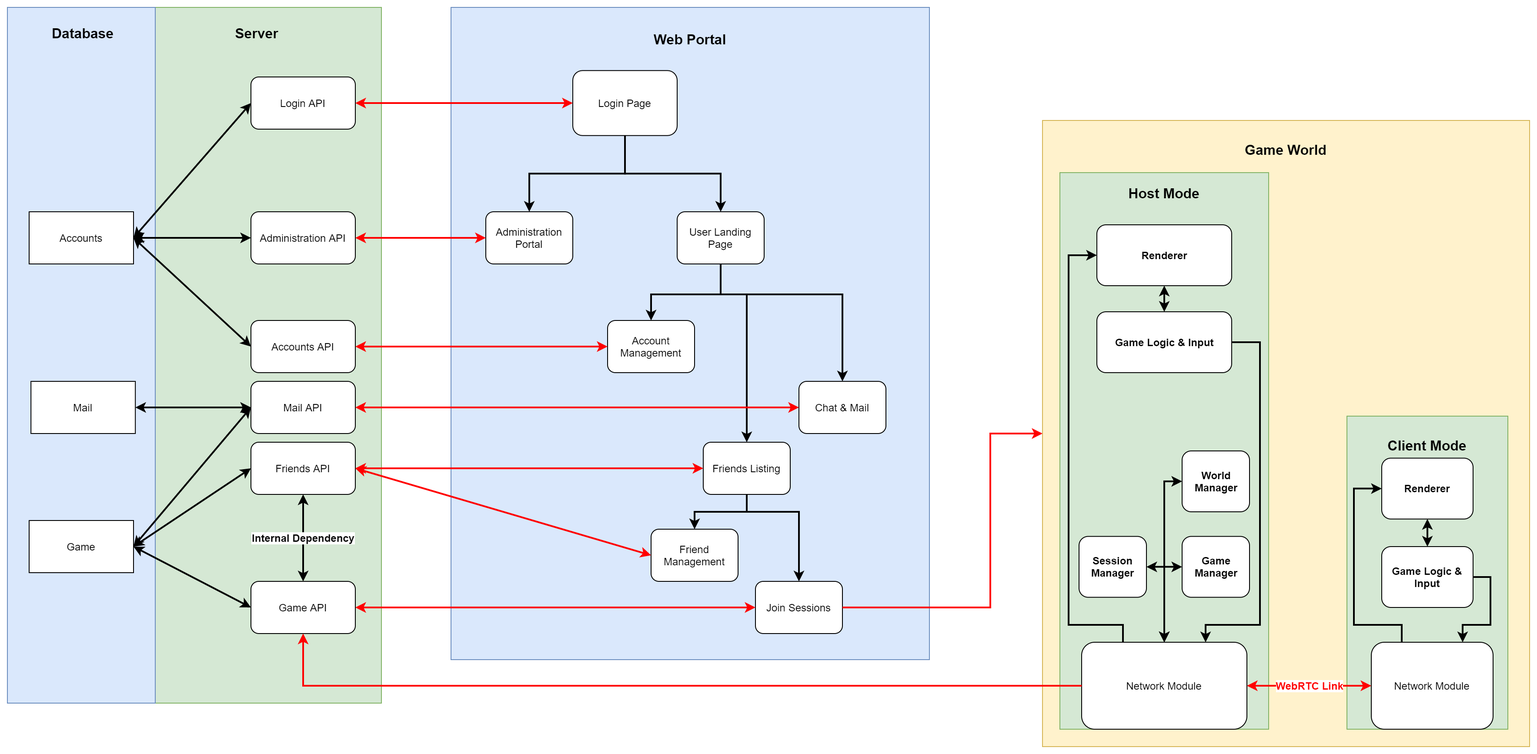
sharpstorm/pekoland keeps this draw.io diagram as wiki-assets/system-map.png. Above is the earlier version. Source tidied: cells renumbered, new cells last; positions are measured from the earlier drawing's top-left corner, leaving out a move shared by most shapes.
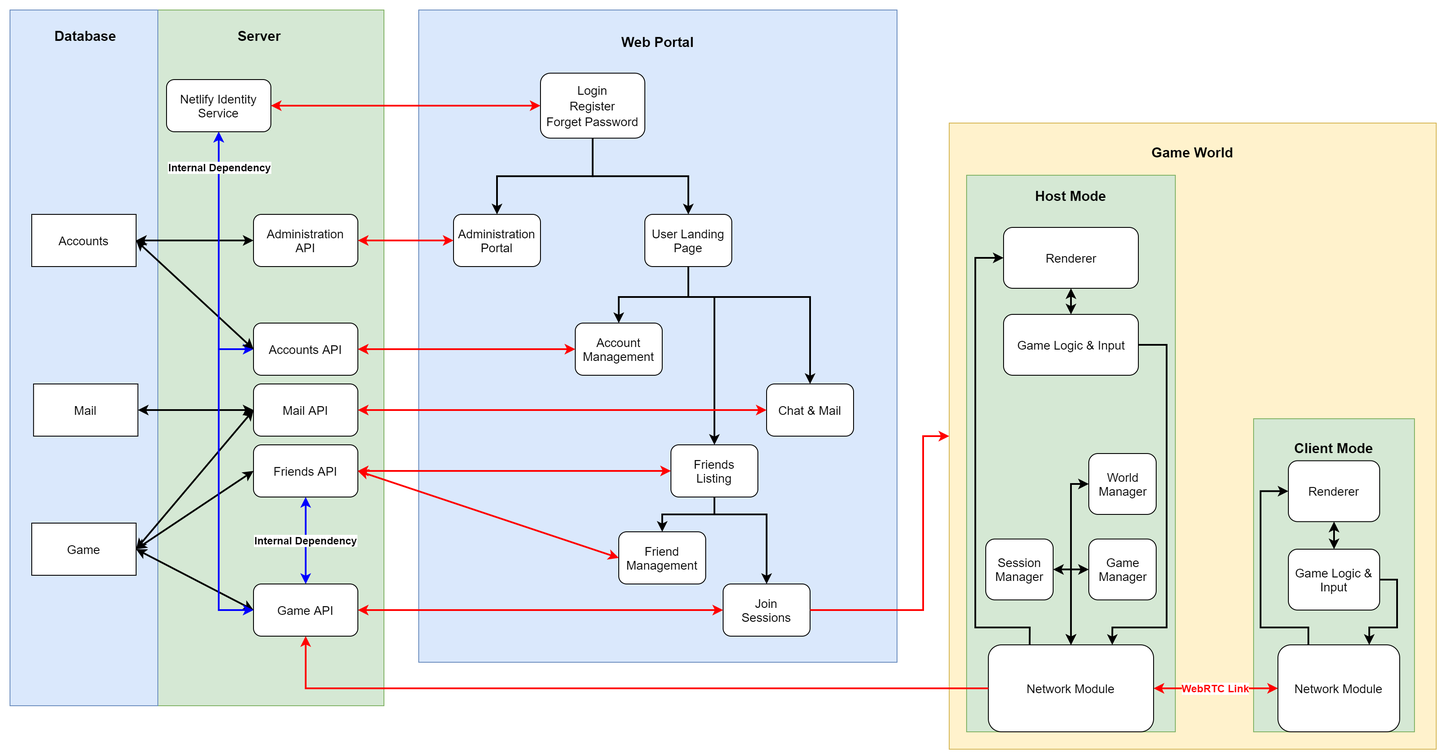
The same file after the commit.

Commit message:
Update System Map

The edit, as a diff of the source:
```diff
@@ -13,15 +13,15 @@
     </mxCell>
-    <mxCell id="5" value="Login Page" style="rounded=1;whiteSpace=wrap;html=1;strokeColor=#000000;fillColor=#FFFFFF;" parent="2" vertex="1">
+    <mxCell id="5" value="&lt;p style=&quot;line-height: 130% ; font-size: 14px&quot;&gt;Login&lt;br&gt;Register&lt;br&gt;Forget Password&lt;br&gt;&lt;/p&gt;" style="rounded=1;whiteSpace=wrap;html=1;strokeColor=#000000;fillColor=#FFFFFF;" parent="2" vertex="1">
       <mxGeometry x="140" y="72.6" width="120" height="74.7" as="geometry" />
     </mxCell>
-    <mxCell id="6" value="Friends Listing" style="rounded=1;whiteSpace=wrap;html=1;strokeColor=#000000;fillColor=#FFFFFF;" parent="2" vertex="1">
+    <mxCell id="6" value="&lt;font style=&quot;font-size: 14px&quot;&gt;Friends&lt;br&gt;Listing&lt;/font&gt;" style="rounded=1;whiteSpace=wrap;html=1;strokeColor=#000000;fillColor=#FFFFFF;" parent="2" vertex="1">
       <mxGeometry x="290" y="500" width="100" height="60" as="geometry" />
     </mxCell>
-    <mxCell id="7" value="Chat &amp;amp; Mail" style="rounded=1;whiteSpace=wrap;html=1;strokeColor=#000000;fillColor=#FFFFFF;" parent="2" vertex="1">
+    <mxCell id="7" value="&lt;font style=&quot;font-size: 14px&quot;&gt;Chat &amp;amp; Mail&lt;/font&gt;" style="rounded=1;whiteSpace=wrap;html=1;strokeColor=#000000;fillColor=#FFFFFF;" parent="2" vertex="1">
       <mxGeometry x="400" y="430" width="100" height="60" as="geometry" />
     </mxCell>
-    <mxCell id="8" value="Join Sessions" style="rounded=1;whiteSpace=wrap;html=1;strokeColor=#000000;fillColor=#FFFFFF;" parent="2" vertex="1">
+    <mxCell id="8" value="&lt;font style=&quot;font-size: 14px&quot;&gt;Join&lt;br&gt;Sessions&lt;/font&gt;" style="rounded=1;whiteSpace=wrap;html=1;strokeColor=#000000;fillColor=#FFFFFF;" parent="2" vertex="1">
       <mxGeometry x="350" y="660" width="100" height="60" as="geometry" />
     </mxCell>
-    <mxCell id="9" value="Friend Management" style="rounded=1;whiteSpace=wrap;html=1;strokeColor=#000000;fillColor=#FFFFFF;" parent="2" vertex="1">
+    <mxCell id="9" value="&lt;font style=&quot;font-size: 14px&quot;&gt;Friend Management&lt;/font&gt;" style="rounded=1;whiteSpace=wrap;html=1;strokeColor=#000000;fillColor=#FFFFFF;" parent="2" vertex="1">
       <mxGeometry x="230" y="600" width="100" height="60" as="geometry" />
@@ -40,3 +40,3 @@
     <mxCell id="12" style="group;" parent="1" vertex="1">
-      <mxGeometry x="1190" y="100" width="560" height="750" as="geometry" />
+      <mxGeometry x="1120" y="100" width="560" height="750" as="geometry" />
     </mxCell>
@@ -69,3 +69,3 @@
     </mxCell>
-    <mxCell id="20" value="Network Module" style="rounded=1;whiteSpace=wrap;html=1;strokeColor=#000000;fillColor=#FFFFFF;" parent="12" vertex="1">
+    <mxCell id="20" value="&lt;font style=&quot;font-size: 14px&quot;&gt;Network Module&lt;/font&gt;" style="rounded=1;whiteSpace=wrap;html=1;strokeColor=#000000;fillColor=#FFFFFF;" parent="12" vertex="1">
       <mxGeometry x="45" y="630" width="190" height="100" as="geometry" />
@@ -81,3 +81,3 @@
     </mxCell>
-    <mxCell id="22" value="Network Module" style="rounded=1;whiteSpace=wrap;html=1;strokeColor=#000000;fillColor=#FFFFFF;" parent="12" vertex="1">
+    <mxCell id="22" value="&lt;font style=&quot;font-size: 14px&quot;&gt;Network Module&lt;/font&gt;" style="rounded=1;whiteSpace=wrap;html=1;strokeColor=#000000;fillColor=#FFFFFF;" parent="12" vertex="1">
       <mxGeometry x="378" y="630" width="140" height="100" as="geometry" />
@@ -97,3 +97,3 @@
     </mxCell>
-    <mxCell id="26" value="&lt;b&gt;World Manager&lt;/b&gt;" style="rounded=1;whiteSpace=wrap;html=1;strokeColor=#000000;fillColor=#FFFFFF;" parent="12" vertex="1">
+    <mxCell id="26" value="&lt;font style=&quot;font-size: 14px&quot;&gt;World Manager&lt;/font&gt;" style="rounded=1;whiteSpace=wrap;html=1;strokeColor=#000000;fillColor=#FFFFFF;" parent="12" vertex="1">
       <mxGeometry x="160.5" y="410" width="77.5" height="70" as="geometry" />
@@ -103,12 +103,12 @@
     </mxCell>
-    <mxCell id="28" value="&lt;b&gt;Renderer&lt;/b&gt;" style="rounded=1;whiteSpace=wrap;html=1;strokeColor=#000000;fillColor=#FFFFFF;" parent="12" vertex="1">
+    <mxCell id="28" value="&lt;font style=&quot;font-size: 14px&quot;&gt;Renderer&lt;/font&gt;" style="rounded=1;whiteSpace=wrap;html=1;strokeColor=#000000;fillColor=#FFFFFF;" parent="12" vertex="1">
       <mxGeometry x="62.5" y="150" width="155" height="70" as="geometry" />
     </mxCell>
-    <mxCell id="29" value="&lt;b&gt;Renderer&lt;/b&gt;" style="rounded=1;whiteSpace=wrap;html=1;strokeColor=#000000;fillColor=#FFFFFF;" parent="12" vertex="1">
+    <mxCell id="29" value="&lt;font style=&quot;font-size: 14px&quot;&gt;Renderer&lt;/font&gt;" style="rounded=1;whiteSpace=wrap;html=1;strokeColor=#000000;fillColor=#FFFFFF;" parent="12" vertex="1">
       <mxGeometry x="390" y="418.3" width="105" height="70" as="geometry" />
     </mxCell>
-    <mxCell id="30" value="&lt;b&gt;Game Manager&lt;/b&gt;" style="rounded=1;whiteSpace=wrap;html=1;strokeColor=#000000;fillColor=#FFFFFF;" parent="12" vertex="1">
+    <mxCell id="30" value="&lt;font style=&quot;font-size: 14px&quot;&gt;Game Manager&lt;/font&gt;" style="rounded=1;whiteSpace=wrap;html=1;strokeColor=#000000;fillColor=#FFFFFF;" parent="12" vertex="1">
       <mxGeometry x="160.5" y="508.3" width="77.5" height="70" as="geometry" />
     </mxCell>
-    <mxCell id="31" value="&lt;b&gt;Session Manager&lt;/b&gt;" style="rounded=1;whiteSpace=wrap;html=1;strokeColor=#000000;fillColor=#FFFFFF;" parent="12" vertex="1">
+    <mxCell id="31" value="&lt;font style=&quot;font-size: 14px&quot;&gt;Session Manager&lt;/font&gt;" style="rounded=1;whiteSpace=wrap;html=1;strokeColor=#000000;fillColor=#FFFFFF;" parent="12" vertex="1">
       <mxGeometry x="42" y="508.3" width="77.5" height="70" as="geometry" />
@@ -127,3 +127,3 @@
     </mxCell>
-    <mxCell id="34" value="&lt;b&gt;Game Logic &amp;amp; Input&lt;/b&gt;" style="rounded=1;whiteSpace=wrap;html=1;strokeColor=#000000;fillColor=#FFFFFF;" parent="12" vertex="1">
+    <mxCell id="34" value="&lt;font style=&quot;font-size: 14px&quot;&gt;Game Logic &amp;amp; Input&lt;/font&gt;" style="rounded=1;whiteSpace=wrap;html=1;strokeColor=#000000;fillColor=#FFFFFF;" parent="12" vertex="1">
       <mxGeometry x="62.5" y="250" width="155" height="70" as="geometry" />
@@ -136,3 +136,3 @@
     </mxCell>
-    <mxCell id="37" value="&lt;b&gt;Game Logic &amp;amp; Input&lt;/b&gt;" style="rounded=1;whiteSpace=wrap;html=1;strokeColor=#000000;fillColor=#FFFFFF;" parent="12" vertex="1">
+    <mxCell id="37" value="&lt;font style=&quot;font-size: 14px&quot;&gt;Game Logic &amp;amp; Input&lt;/font&gt;" style="rounded=1;whiteSpace=wrap;html=1;strokeColor=#000000;fillColor=#FFFFFF;" parent="12" vertex="1">
       <mxGeometry x="390" y="520" width="105" height="70" as="geometry" />
@@ -169,9 +169,9 @@
     </mxCell>
-    <mxCell id="43" value="User Landing Page" style="rounded=1;whiteSpace=wrap;html=1;strokeColor=#000000;fillColor=#FFFFFF;" parent="1" vertex="1">
+    <mxCell id="43" value="&lt;font style=&quot;font-size: 14px&quot;&gt;User Landing Page&lt;/font&gt;" style="rounded=1;whiteSpace=wrap;html=1;strokeColor=#000000;fillColor=#FFFFFF;" parent="1" vertex="1">
       <mxGeometry x="770" y="235" width="100" height="60" as="geometry" />
     </mxCell>
-    <mxCell id="44" value="Administration Portal" style="rounded=1;whiteSpace=wrap;html=1;strokeColor=#000000;fillColor=#FFFFFF;" parent="1" vertex="1">
+    <mxCell id="44" value="&lt;font style=&quot;font-size: 14px&quot;&gt;Administration Portal&lt;/font&gt;" style="rounded=1;whiteSpace=wrap;html=1;strokeColor=#000000;fillColor=#FFFFFF;" parent="1" vertex="1">
       <mxGeometry x="550" y="235" width="100" height="60" as="geometry" />
     </mxCell>
-    <mxCell id="45" value="Account Management" style="rounded=1;whiteSpace=wrap;html=1;strokeColor=#000000;fillColor=#FFFFFF;" parent="1" vertex="1">
+    <mxCell id="45" value="&lt;font style=&quot;font-size: 14px&quot;&gt;Account Management&lt;/font&gt;" style="rounded=1;whiteSpace=wrap;html=1;strokeColor=#000000;fillColor=#FFFFFF;" parent="1" vertex="1">
       <mxGeometry x="690" y="360" width="100" height="60" as="geometry" />
@@ -179,3 +179,3 @@
     <mxCell id="46" style="group;fillColor=#d5e8d4;strokeColor=#82b366;" parent="1" vertex="1">
-      <mxGeometry x="60" width="370" height="800" as="geometry" />
+      <mxGeometry x="100" width="370" height="800" as="geometry" />
     </mxCell>
@@ -187,4 +187,7 @@
     </mxCell>
+    <mxCell id="77" style="edgeStyle=orthogonalEdgeStyle;rounded=0;jettySize=auto;html=1;exitX=0.5;exitY=1;exitDx=0;exitDy=0;entryX=0;entryY=0.5;entryDx=0;entryDy=0;strokeWidth=2;startArrow=classic;startFill=1;strokeColor=#0000FF;" parent="46" edge="1" source="49" target="55">
+      <mxGeometry relative="1" as="geometry" />
+    </mxCell>
-    <mxCell id="49" value="Login API" style="rounded=1;whiteSpace=wrap;html=1;strokeColor=#000000;fillColor=#FFFFFF;" parent="46" vertex="1">
-      <mxGeometry x="220" y="80" width="120" height="60" as="geometry" />
+    <mxCell id="49" value="&lt;font style=&quot;font-size: 14px&quot;&gt;Netlify Identity Service&lt;/font&gt;" style="rounded=1;whiteSpace=wrap;html=1;strokeColor=#000000;fillColor=#FFFFFF;" parent="46" vertex="1">
+      <mxGeometry x="120" y="80" width="120" height="60" as="geometry" />
     </mxCell>
@@ -193,3 +196,3 @@
     </mxCell>
-    <mxCell id="51" value="Accounts" style="rounded=0;whiteSpace=wrap;html=1;strokeColor=#000000;fillColor=#FFFFFF;" parent="46" vertex="1">
+    <mxCell id="51" value="&lt;font style=&quot;font-size: 14px&quot;&gt;Accounts&lt;/font&gt;" style="rounded=0;whiteSpace=wrap;html=1;strokeColor=#000000;fillColor=#FFFFFF;" parent="46" vertex="1">
       <mxGeometry x="-35" y="235" width="120" height="60" as="geometry" />
@@ -199,3 +202,3 @@
     </mxCell>
-    <mxCell id="53" value="Administration API" style="rounded=1;whiteSpace=wrap;html=1;strokeColor=#000000;fillColor=#FFFFFF;" parent="46" vertex="1">
+    <mxCell id="53" value="&lt;font style=&quot;font-size: 14px&quot;&gt;Administration&lt;br&gt;API&lt;/font&gt;" style="rounded=1;whiteSpace=wrap;html=1;strokeColor=#000000;fillColor=#FFFFFF;" parent="46" vertex="1">
       <mxGeometry x="220" y="235" width="120" height="60" as="geometry" />
@@ -205,3 +208,3 @@
     </mxCell>
-    <mxCell id="55" value="Accounts API" style="rounded=1;whiteSpace=wrap;html=1;strokeColor=#000000;fillColor=#FFFFFF;" parent="46" vertex="1">
+    <mxCell id="55" value="&lt;font style=&quot;font-size: 14px&quot;&gt;Accounts API&lt;/font&gt;" style="rounded=1;whiteSpace=wrap;html=1;strokeColor=#000000;fillColor=#FFFFFF;" parent="46" vertex="1">
       <mxGeometry x="220" y="360" width="120" height="60" as="geometry" />
@@ -211,6 +214,6 @@
     </mxCell>
-    <mxCell id="57" value="Mail API" style="rounded=1;whiteSpace=wrap;html=1;strokeColor=#000000;fillColor=#FFFFFF;" parent="46" vertex="1">
+    <mxCell id="57" value="&lt;font style=&quot;font-size: 14px&quot;&gt;Mail API&lt;/font&gt;" style="rounded=1;whiteSpace=wrap;html=1;strokeColor=#000000;fillColor=#FFFFFF;" parent="46" vertex="1">
       <mxGeometry x="220" y="430" width="120" height="60" as="geometry" />
     </mxCell>
-    <mxCell id="58" value="Friends API" style="rounded=1;whiteSpace=wrap;html=1;strokeColor=#000000;fillColor=#FFFFFF;" parent="46" vertex="1">
+    <mxCell id="58" value="&lt;font style=&quot;font-size: 14px&quot;&gt;Friends API&lt;/font&gt;" style="rounded=1;whiteSpace=wrap;html=1;strokeColor=#000000;fillColor=#FFFFFF;" parent="46" vertex="1">
       <mxGeometry x="220" y="500" width="120" height="60" as="geometry" />
@@ -220,3 +223,3 @@
     </mxCell>
-    <mxCell id="60" value="Game" style="rounded=0;whiteSpace=wrap;html=1;strokeColor=#000000;fillColor=#FFFFFF;" parent="46" vertex="1">
+    <mxCell id="60" value="&lt;font style=&quot;font-size: 14px&quot;&gt;Game&lt;/font&gt;" style="rounded=0;whiteSpace=wrap;html=1;strokeColor=#000000;fillColor=#FFFFFF;" parent="46" vertex="1">
       <mxGeometry x="-35" y="590" width="120" height="60" as="geometry" />
@@ -227,9 +230,4 @@
     <mxCell id="62" value="&lt;b&gt;&lt;font style=&quot;font-size: 16px&quot;&gt;Database&lt;/font&gt;&lt;/b&gt;" style="text;html=1;strokeColor=none;fillColor=none;align=center;verticalAlign=middle;whiteSpace=wrap;rounded=0;" parent="1" vertex="1">
-      <mxGeometry x="40" y="20" width="94.2" height="20" as="geometry" />
+      <mxGeometry x="80" y="20" width="94.2" height="20" as="geometry" />
     </mxCell>
-    <mxCell id="63" style="rounded=0;jettySize=auto;html=1;endArrow=classic;endFill=1;strokeWidth=2;startArrow=classic;startFill=1;exitX=1;exitY=0.5;exitDx=0;exitDy=0;" parent="1" edge="1" source="51">
-      <mxGeometry relative="1" as="geometry">
-        <mxPoint x="280" y="110" as="targetPoint" />
-      </mxGeometry>
-    </mxCell>
     <mxCell id="64" style="edgeStyle=none;rounded=0;jettySize=auto;html=1;exitX=1;exitY=0.5;exitDx=0;exitDy=0;entryX=0;entryY=0.5;entryDx=0;entryDy=0;startArrow=classic;startFill=1;endArrow=classic;endFill=1;strokeWidth=2;strokeColor=#FF0000;" parent="1" edge="1" source="53" target="44">
@@ -252,7 +250,7 @@
     </mxCell>
-    <mxCell id="70" value="&lt;b style=&quot;font-size: 12px;&quot;&gt;&lt;font style=&quot;font-size: 12px;&quot;&gt;Internal Dependency&lt;/font&gt;&lt;/b&gt;" style="edgeStyle=none;rounded=0;jettySize=auto;html=1;exitX=0.5;exitY=0;exitDx=0;exitDy=0;startArrow=classic;startFill=1;endArrow=classic;endFill=1;strokeWidth=2;spacingTop=0;fontSize=12;" parent="1" edge="1" source="71" target="58">
+    <mxCell id="70" value="&lt;b style=&quot;font-size: 12px;&quot;&gt;&lt;font style=&quot;font-size: 12px;&quot;&gt;Internal Dependency&lt;/font&gt;&lt;/b&gt;" style="edgeStyle=none;rounded=0;jettySize=auto;html=1;exitX=0.5;exitY=0;exitDx=0;exitDy=0;startArrow=classic;startFill=1;endArrow=classic;endFill=1;strokeWidth=2;spacingTop=0;fontSize=12;strokeColor=#0000FF;" parent="1" edge="1" source="71" target="58">
       <mxGeometry relative="1" as="geometry" />
     </mxCell>
-    <mxCell id="71" value="Game API" style="rounded=1;whiteSpace=wrap;html=1;strokeColor=#000000;fillColor=#FFFFFF;" parent="1" vertex="1">
-      <mxGeometry x="280" y="660" width="120" height="60" as="geometry" />
+    <mxCell id="71" value="&lt;font style=&quot;font-size: 14px&quot;&gt;Game API&lt;/font&gt;" style="rounded=1;whiteSpace=wrap;html=1;strokeColor=#000000;fillColor=#FFFFFF;" parent="1" vertex="1">
+      <mxGeometry x="320" y="660" width="120" height="60" as="geometry" />
     </mxCell>
@@ -261,4 +259,4 @@
     </mxCell>
-    <mxCell id="73" value="Mail" style="rounded=0;whiteSpace=wrap;html=1;strokeColor=#000000;fillColor=#FFFFFF;" parent="1" vertex="1">
-      <mxGeometry x="27.1" y="430" width="120" height="60" as="geometry" />
+    <mxCell id="73" value="&lt;font style=&quot;font-size: 14px&quot;&gt;Mail&lt;/font&gt;" style="rounded=0;whiteSpace=wrap;html=1;strokeColor=#000000;fillColor=#FFFFFF;" parent="1" vertex="1">
+      <mxGeometry x="67.1" y="430" width="120" height="60" as="geometry" />
     </mxCell>
@@ -270,4 +268,4 @@
         <Array as="points">
-          <mxPoint x="1130" y="690" />
-          <mxPoint x="1130" y="490" />
+          <mxPoint x="1090" y="690" />
+          <mxPoint x="1090" y="490" />
         </Array>
@@ -278,2 +276,8 @@
     </mxCell>
+    <mxCell id="78" style="edgeStyle=orthogonalEdgeStyle;rounded=0;jettySize=auto;html=1;exitX=0.5;exitY=1;exitDx=0;exitDy=0;entryX=0;entryY=0.5;entryDx=0;entryDy=0;startArrow=classic;startFill=1;strokeColor=#0000FF;strokeWidth=2;" parent="1" edge="1" source="49" target="71">
+      <mxGeometry relative="1" as="geometry" />
+    </mxCell>
+    <mxCell id="79" value="&lt;b&gt;&lt;font style=&quot;font-size: 12px ; background-color: rgb(255 , 255 , 255)&quot;&gt;Internal Dependency&lt;/font&gt;&lt;/b&gt;" style="edgeLabel;html=1;align=center;verticalAlign=middle;" parent="78" vertex="1">
+      <mxGeometry x="-0.87" relative="1" as="geometry" />
+    </mxCell>
   </root>
```
